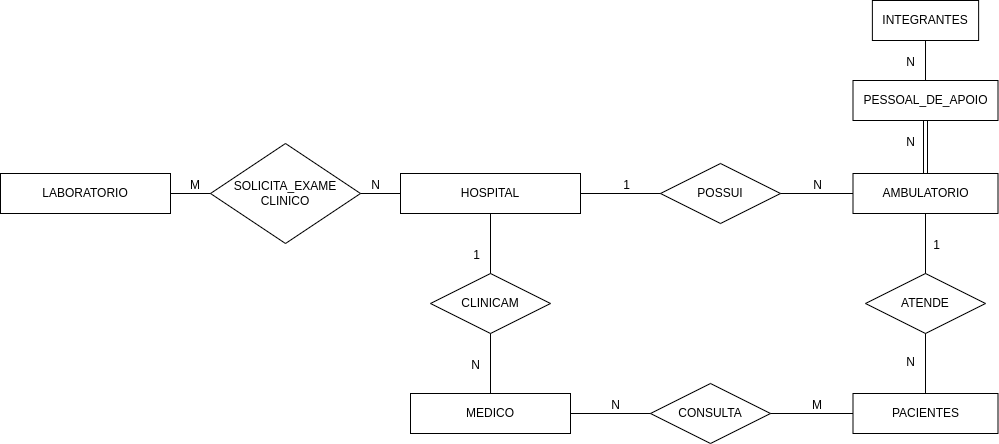
Before: lista1Q7.drawio.png, a diagram exported from draw.io (MurilohfMota/Diagramas). Source tidied: cells renumbered, new cells last; positions are measured from the earlier drawing's top-left corner, leaving out a move shared by most shapes. Its diagram source:
```xml
<mxGraphModel>
  <root>
    <mxCell id="0" />
    <mxCell id="1" parent="0" />
    <mxCell id="2" value="HOSPITAL" style="whiteSpace=wrap;html=1;align=center;" parent="1" vertex="1">
      <mxGeometry x="400" y="173" width="180" height="40" as="geometry" />
    </mxCell>
    <mxCell id="3" value="AMBULATORIO" style="whiteSpace=wrap;html=1;align=center;" parent="1" vertex="1">
      <mxGeometry x="852.5" y="173" width="145" height="40" as="geometry" />
    </mxCell>
    <mxCell id="4" value="MEDICO" style="whiteSpace=wrap;html=1;align=center;" parent="1" vertex="1">
      <mxGeometry x="410" y="393" width="160" height="40" as="geometry" />
    </mxCell>
    <mxCell id="5" value="LABORATORIO" style="whiteSpace=wrap;html=1;align=center;" parent="1" vertex="1">
      <mxGeometry y="173" width="170" height="40" as="geometry" />
    </mxCell>
    <mxCell id="6" value="SOLICITA_EXAME&lt;br&gt;CLINICO" style="shape=rhombus;perimeter=rhombusPerimeter;whiteSpace=wrap;html=1;align=center;" parent="1" vertex="1">
      <mxGeometry x="210" y="143" width="150" height="100" as="geometry" />
    </mxCell>
    <mxCell id="7" style="endArrow=none;html=1;rounded=0;entryX=0;entryY=0.5;entryDx=0;entryDy=0;exitX=1;exitY=0.5;exitDx=0;exitDy=0;" parent="1" edge="1" source="6" target="2">
      <mxGeometry relative="1" as="geometry" />
    </mxCell>
    <mxCell id="8" value="N" style="html=1;align=right;verticalAlign=bottom;" parent="7" vertex="1">
      <mxGeometry x="1" relative="1" as="geometry">
        <mxPoint x="-20" as="offset" />
      </mxGeometry>
    </mxCell>
    <mxCell id="9" style="endArrow=none;html=1;rounded=0;exitX=1;exitY=0.5;exitDx=0;exitDy=0;entryX=0;entryY=0.5;entryDx=0;entryDy=0;" parent="1" edge="1" source="5" target="6">
      <mxGeometry relative="1" as="geometry" />
    </mxCell>
    <mxCell id="10" value="M" style="html=1;align=right;verticalAlign=bottom;" parent="9" vertex="1">
      <mxGeometry x="1" relative="1" as="geometry">
        <mxPoint x="-10" as="offset" />
      </mxGeometry>
    </mxCell>
    <mxCell id="11" value="CLINICAM" style="shape=rhombus;perimeter=rhombusPerimeter;whiteSpace=wrap;html=1;align=center;" parent="1" vertex="1">
      <mxGeometry x="430" y="273" width="120" height="60" as="geometry" />
    </mxCell>
    <mxCell id="12" style="endArrow=none;html=1;rounded=0;exitX=0.5;exitY=1;exitDx=0;exitDy=0;entryX=0.5;entryY=0;entryDx=0;entryDy=0;" parent="1" edge="1" source="2" target="11">
      <mxGeometry relative="1" as="geometry" />
    </mxCell>
    <mxCell id="13" value="1" style="html=1;align=right;verticalAlign=bottom;" parent="12" vertex="1">
      <mxGeometry x="1" relative="1" as="geometry">
        <mxPoint x="-10" y="-10" as="offset" />
      </mxGeometry>
    </mxCell>
    <mxCell id="14" style="endArrow=none;html=1;rounded=0;exitX=0.5;exitY=0;exitDx=0;exitDy=0;entryX=0.5;entryY=1;entryDx=0;entryDy=0;" parent="1" edge="1" source="4" target="11">
      <mxGeometry relative="1" as="geometry" />
    </mxCell>
    <mxCell id="15" value="N" style="html=1;align=right;verticalAlign=bottom;" parent="14" vertex="1">
      <mxGeometry x="1" relative="1" as="geometry">
        <mxPoint x="-10" y="40" as="offset" />
      </mxGeometry>
    </mxCell>
    <mxCell id="16" value="POSSUI" style="shape=rhombus;perimeter=rhombusPerimeter;whiteSpace=wrap;html=1;align=center;" parent="1" vertex="1">
      <mxGeometry x="660" y="163" width="120" height="60" as="geometry" />
    </mxCell>
    <mxCell id="17" style="endArrow=none;html=1;rounded=0;exitX=1;exitY=0.5;exitDx=0;exitDy=0;entryX=0;entryY=0.5;entryDx=0;entryDy=0;" parent="1" edge="1" source="2" target="16">
      <mxGeometry relative="1" as="geometry" />
    </mxCell>
    <mxCell id="18" value="1" style="html=1;align=right;verticalAlign=bottom;" parent="17" vertex="1">
      <mxGeometry x="1" relative="1" as="geometry">
        <mxPoint x="-30" as="offset" />
      </mxGeometry>
    </mxCell>
    <mxCell id="19" style="endArrow=none;html=1;rounded=0;exitX=1;exitY=0.5;exitDx=0;exitDy=0;entryX=0;entryY=0.5;entryDx=0;entryDy=0;" parent="1" edge="1" source="16" target="3">
      <mxGeometry relative="1" as="geometry" />
    </mxCell>
    <mxCell id="20" value="N" style="html=1;align=right;verticalAlign=bottom;" parent="19" vertex="1">
      <mxGeometry x="1" relative="1" as="geometry">
        <mxPoint x="-30" as="offset" />
      </mxGeometry>
    </mxCell>
    <mxCell id="21" value="PACIENTES" style="whiteSpace=wrap;html=1;align=center;" parent="1" vertex="1">
      <mxGeometry x="852.5" y="393" width="145" height="40" as="geometry" />
    </mxCell>
    <mxCell id="22" value="CONSULTA" style="shape=rhombus;perimeter=rhombusPerimeter;whiteSpace=wrap;html=1;align=center;" parent="1" vertex="1">
      <mxGeometry x="650" y="383" width="120" height="60" as="geometry" />
    </mxCell>
    <mxCell id="23" style="endArrow=none;html=1;rounded=0;exitX=1;exitY=0.5;exitDx=0;exitDy=0;entryX=0;entryY=0.5;entryDx=0;entryDy=0;" parent="1" edge="1" source="4" target="22">
      <mxGeometry relative="1" as="geometry" />
    </mxCell>
    <mxCell id="24" value="N" style="html=1;align=right;verticalAlign=bottom;" parent="23" vertex="1">
      <mxGeometry x="1" relative="1" as="geometry">
        <mxPoint x="-30" as="offset" />
      </mxGeometry>
    </mxCell>
    <mxCell id="25" style="endArrow=none;html=1;rounded=0;exitX=1;exitY=0.5;exitDx=0;exitDy=0;entryX=0;entryY=0.5;entryDx=0;entryDy=0;" parent="1" edge="1" source="22" target="21">
      <mxGeometry relative="1" as="geometry" />
    </mxCell>
    <mxCell id="26" value="M" style="html=1;align=right;verticalAlign=bottom;" parent="25" vertex="1">
      <mxGeometry x="1" relative="1" as="geometry">
        <mxPoint x="-30" as="offset" />
      </mxGeometry>
    </mxCell>
    <mxCell id="27" value="ATENDE" style="shape=rhombus;perimeter=rhombusPerimeter;whiteSpace=wrap;html=1;align=center;" parent="1" vertex="1">
      <mxGeometry x="865" y="273" width="120" height="60" as="geometry" />
    </mxCell>
    <mxCell id="28" style="endArrow=none;html=1;rounded=0;entryX=0.5;entryY=1;entryDx=0;entryDy=0;exitX=0.5;exitY=0;exitDx=0;exitDy=0;" parent="1" edge="1" source="27" target="3">
      <mxGeometry relative="1" as="geometry" />
    </mxCell>
    <mxCell id="29" value="1" style="html=1;align=right;verticalAlign=bottom;" parent="28" vertex="1">
      <mxGeometry x="1" relative="1" as="geometry">
        <mxPoint x="15" y="40" as="offset" />
      </mxGeometry>
    </mxCell>
    <mxCell id="30" style="endArrow=none;html=1;rounded=0;entryX=0.5;entryY=0;entryDx=0;entryDy=0;exitX=0.5;exitY=1;exitDx=0;exitDy=0;" parent="1" edge="1" source="27" target="21">
      <mxGeometry relative="1" as="geometry" />
    </mxCell>
    <mxCell id="31" value="N" style="html=1;align=right;verticalAlign=bottom;" parent="30" vertex="1">
      <mxGeometry x="1" relative="1" as="geometry">
        <mxPoint x="-10" y="-23" as="offset" />
      </mxGeometry>
    </mxCell>
    <mxCell id="32" value="PESSOAL_DE_APOIO" style="whiteSpace=wrap;html=1;align=center;" parent="1" vertex="1">
      <mxGeometry x="852.5" y="80" width="145" height="40" as="geometry" />
    </mxCell>
    <mxCell id="33" style="shape=link;html=1;rounded=0;exitX=0.5;exitY=0;exitDx=0;exitDy=0;entryX=0.5;entryY=1;entryDx=0;entryDy=0;" parent="1" edge="1" source="3" target="32">
      <mxGeometry relative="1" as="geometry" />
    </mxCell>
    <mxCell id="34" value="N" style="html=1;align=right;verticalAlign=bottom;" parent="33" vertex="1">
      <mxGeometry x="1" relative="1" as="geometry">
        <mxPoint x="-10" y="30" as="offset" />
      </mxGeometry>
    </mxCell>
    <mxCell id="35" value="INTEGRANTES" style="whiteSpace=wrap;html=1;align=center;" parent="1" vertex="1">
      <mxGeometry x="871.9" width="106.2" height="40" as="geometry" />
    </mxCell>
    <mxCell id="36" style="endArrow=none;html=1;rounded=0;exitX=0.5;exitY=0;exitDx=0;exitDy=0;entryX=0.5;entryY=1;entryDx=0;entryDy=0;" parent="1" edge="1" source="32" target="35">
      <mxGeometry relative="1" as="geometry" />
    </mxCell>
    <mxCell id="37" value="N" style="html=1;align=right;verticalAlign=bottom;" parent="36" vertex="1">
      <mxGeometry x="1" relative="1" as="geometry">
        <mxPoint x="-10" y="30" as="offset" />
      </mxGeometry>
    </mxCell>
  </root>
</mxGraphModel>
```
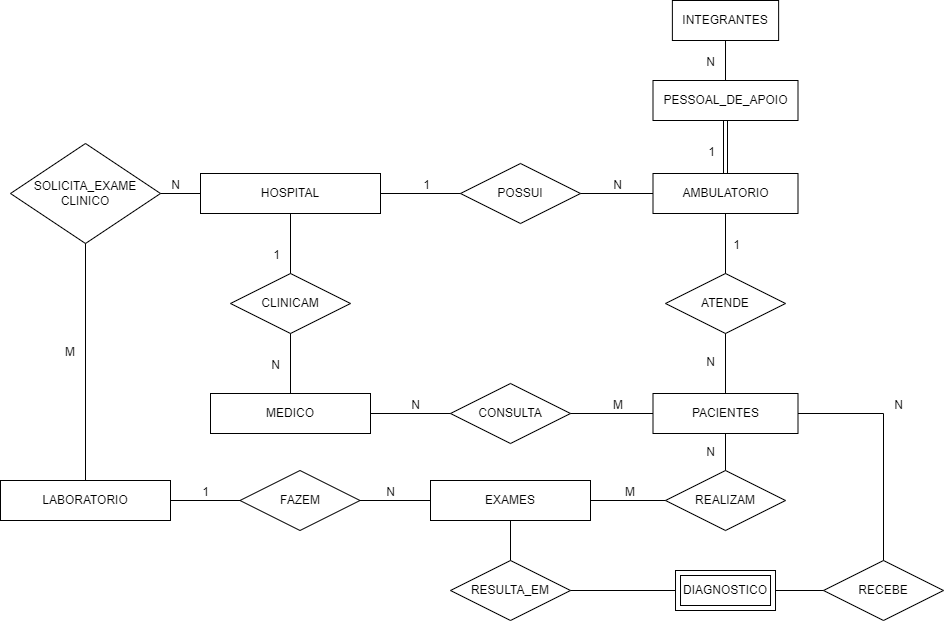
The same file after the commit.

What changed in the source:
```diff
@@ -12,7 +12,7 @@
       <mxGeometry x="410" y="393" width="160" height="40" as="geometry" />
     </mxCell>
     <mxCell id="5" value="LABORATORIO" style="whiteSpace=wrap;html=1;align=center;" parent="1" vertex="1">
-      <mxGeometry y="173" width="170" height="40" as="geometry" />
+      <mxGeometry x="200" y="480" width="170" height="40" as="geometry" />
     </mxCell>
     <mxCell id="6" value="SOLICITA_EXAME&lt;br&gt;CLINICO" style="shape=rhombus;perimeter=rhombusPerimeter;whiteSpace=wrap;html=1;align=center;" parent="1" vertex="1">
       <mxGeometry x="210" y="143" width="150" height="100" as="geometry" />
@@ -25,12 +25,12 @@
         <mxPoint x="-20" as="offset" />
       </mxGeometry>
     </mxCell>
-    <mxCell id="9" style="endArrow=none;html=1;rounded=0;exitX=1;exitY=0.5;exitDx=0;exitDy=0;entryX=0;entryY=0.5;entryDx=0;entryDy=0;" parent="1" edge="1" source="5" target="6">
+    <mxCell id="9" style="endArrow=none;html=1;rounded=0;exitX=0.5;exitY=0;exitDx=0;exitDy=0;entryX=0.5;entryY=1;entryDx=0;entryDy=0;" parent="1" edge="1" source="5" target="6">
       <mxGeometry relative="1" as="geometry" />
     </mxCell>
     <mxCell id="10" value="M" style="html=1;align=right;verticalAlign=bottom;" parent="9" vertex="1">
       <mxGeometry x="1" relative="1" as="geometry">
-        <mxPoint x="-10" as="offset" />
+        <mxPoint x="-10" y="117" as="offset" />
       </mxGeometry>
     </mxCell>
     <mxCell id="11" value="CLINICAM" style="shape=rhombus;perimeter=rhombusPerimeter;whiteSpace=wrap;html=1;align=center;" parent="1" vertex="1">
@@ -118,9 +118,9 @@
     <mxCell id="33" style="shape=link;html=1;rounded=0;exitX=0.5;exitY=0;exitDx=0;exitDy=0;entryX=0.5;entryY=1;entryDx=0;entryDy=0;" parent="1" edge="1" source="3" target="32">
       <mxGeometry relative="1" as="geometry" />
     </mxCell>
-    <mxCell id="34" value="N" style="html=1;align=right;verticalAlign=bottom;" parent="33" vertex="1">
+    <mxCell id="34" value="1" style="html=1;align=right;verticalAlign=bottom;" parent="33" vertex="1">
       <mxGeometry x="1" relative="1" as="geometry">
-        <mxPoint x="-10" y="30" as="offset" />
+        <mxPoint x="-10" y="40" as="offset" />
       </mxGeometry>
     </mxCell>
     <mxCell id="35" value="INTEGRANTES" style="whiteSpace=wrap;html=1;align=center;" parent="1" vertex="1">
@@ -134,5 +134,76 @@
         <mxPoint x="-10" y="30" as="offset" />
       </mxGeometry>
     </mxCell>
+    <mxCell id="38" value="EXAMES" style="whiteSpace=wrap;html=1;align=center;" parent="1" vertex="1">
+      <mxGeometry x="630" y="480" width="160" height="40" as="geometry" />
+    </mxCell>
+    <mxCell id="39" value="REALIZAM" style="shape=rhombus;perimeter=rhombusPerimeter;whiteSpace=wrap;html=1;align=center;" parent="1" vertex="1">
+      <mxGeometry x="865" y="470" width="120" height="60" as="geometry" />
+    </mxCell>
+    <mxCell id="40" style="endArrow=none;html=1;rounded=0;exitX=0.5;exitY=0;exitDx=0;exitDy=0;entryX=0.5;entryY=1;entryDx=0;entryDy=0;" parent="1" edge="1" source="39" target="21">
+      <mxGeometry relative="1" as="geometry" />
+    </mxCell>
+    <mxCell id="41" value="N" style="html=1;align=right;verticalAlign=bottom;" parent="40" vertex="1">
+      <mxGeometry x="1" relative="1" as="geometry">
+        <mxPoint x="-10" y="27" as="offset" />
+      </mxGeometry>
+    </mxCell>
+    <mxCell id="42" style="endArrow=none;html=1;rounded=0;exitX=1;exitY=0.5;exitDx=0;exitDy=0;entryX=0;entryY=0.5;entryDx=0;entryDy=0;" parent="1" edge="1" source="38" target="39">
+      <mxGeometry relative="1" as="geometry" />
+    </mxCell>
+    <mxCell id="43" value="M" style="html=1;align=right;verticalAlign=bottom;" parent="42" vertex="1">
+      <mxGeometry x="1" relative="1" as="geometry">
+        <mxPoint x="-30" as="offset" />
+      </mxGeometry>
+    </mxCell>
+    <mxCell id="44" value="FAZEM" style="shape=rhombus;perimeter=rhombusPerimeter;whiteSpace=wrap;html=1;align=center;" parent="1" vertex="1">
+      <mxGeometry x="439.5" y="470" width="120" height="60" as="geometry" />
+    </mxCell>
+    <mxCell id="45" style="endArrow=none;html=1;rounded=0;exitX=1;exitY=0.5;exitDx=0;exitDy=0;entryX=0;entryY=0.5;entryDx=0;entryDy=0;" parent="1" edge="1" source="5" target="44">
+      <mxGeometry relative="1" as="geometry" />
+    </mxCell>
+    <mxCell id="46" value="1" style="html=1;align=right;verticalAlign=bottom;" parent="45" vertex="1">
+      <mxGeometry x="1" relative="1" as="geometry">
+        <mxPoint x="-30" as="offset" />
+      </mxGeometry>
+    </mxCell>
+    <mxCell id="47" style="endArrow=none;html=1;rounded=0;exitX=1;exitY=0.5;exitDx=0;exitDy=0;entryX=0;entryY=0.5;entryDx=0;entryDy=0;" parent="1" edge="1" source="44" target="38">
+      <mxGeometry relative="1" as="geometry" />
+    </mxCell>
+    <mxCell id="48" value="N" style="html=1;align=right;verticalAlign=bottom;" parent="47" vertex="1">
+      <mxGeometry x="1" relative="1" as="geometry">
+        <mxPoint x="-35" as="offset" />
+      </mxGeometry>
+    </mxCell>
+    <mxCell id="49" value="RESULTA_EM" style="shape=rhombus;perimeter=rhombusPerimeter;whiteSpace=wrap;html=1;align=center;" parent="1" vertex="1">
+      <mxGeometry x="650" y="560" width="120" height="60" as="geometry" />
+    </mxCell>
+    <mxCell id="50" style="endArrow=none;html=1;rounded=0;exitX=0.5;exitY=1;exitDx=0;exitDy=0;entryX=0.5;entryY=0;entryDx=0;entryDy=0;" parent="1" edge="1" source="38" target="49">
+      <mxGeometry relative="1" as="geometry" />
+    </mxCell>
+    <mxCell id="51" style="endArrow=none;html=1;rounded=0;exitX=1;exitY=0.5;exitDx=0;exitDy=0;entryX=0;entryY=0.5;entryDx=0;entryDy=0;" parent="1" edge="1" source="49" target="54">
+      <mxGeometry relative="1" as="geometry" />
+    </mxCell>
+    <mxCell id="52" value="RECEBE" style="shape=rhombus;perimeter=rhombusPerimeter;whiteSpace=wrap;html=1;align=center;" parent="1" vertex="1">
+      <mxGeometry x="1023" y="560" width="120" height="60" as="geometry" />
+    </mxCell>
+    <mxCell id="53" style="endArrow=none;html=1;rounded=0;entryX=0;entryY=0.5;entryDx=0;entryDy=0;exitX=1;exitY=0.5;exitDx=0;exitDy=0;" parent="1" edge="1" source="54" target="52">
+      <mxGeometry relative="1" as="geometry" />
+    </mxCell>
+    <mxCell id="54" value="DIAGNOSTICO" style="shape=ext;margin=3;double=1;whiteSpace=wrap;html=1;align=center;" parent="1" vertex="1">
+      <mxGeometry x="875" y="570" width="100" height="40" as="geometry" />
+    </mxCell>
+    <mxCell id="55" style="endArrow=none;html=1;rounded=0;exitX=0.5;exitY=0;exitDx=0;exitDy=0;entryX=1;entryY=0.5;entryDx=0;entryDy=0;" parent="1" edge="1" source="52" target="21">
+      <mxGeometry relative="1" as="geometry">
+        <Array as="points">
+          <mxPoint x="1083" y="413" />
+        </Array>
+      </mxGeometry>
+    </mxCell>
+    <mxCell id="56" value="N" style="html=1;align=right;verticalAlign=bottom;" parent="55" vertex="1">
+      <mxGeometry x="1" relative="1" as="geometry">
+        <mxPoint x="105" as="offset" />
+      </mxGeometry>
+    </mxCell>
   </root>
 </mxGraphModel>
```
